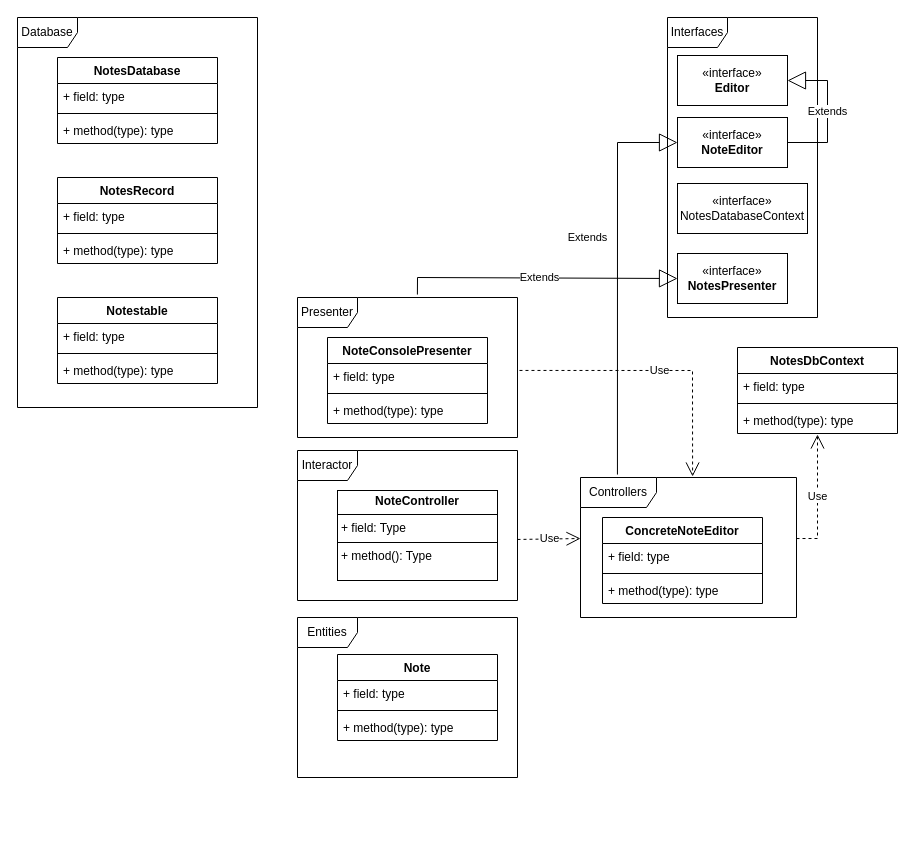
The draw.io diagram DDD.drawio in Muzkraft/ArchitectureHW, before the edit. Source tidied: cells renumbered, new cells numbered last; positions are measured from the earlier drawing's top-left corner, leaving out a move shared by most shapes. Both pictures are drawn from the tidied source at 100%, with x=0, y=0 at pixel (17, 17).
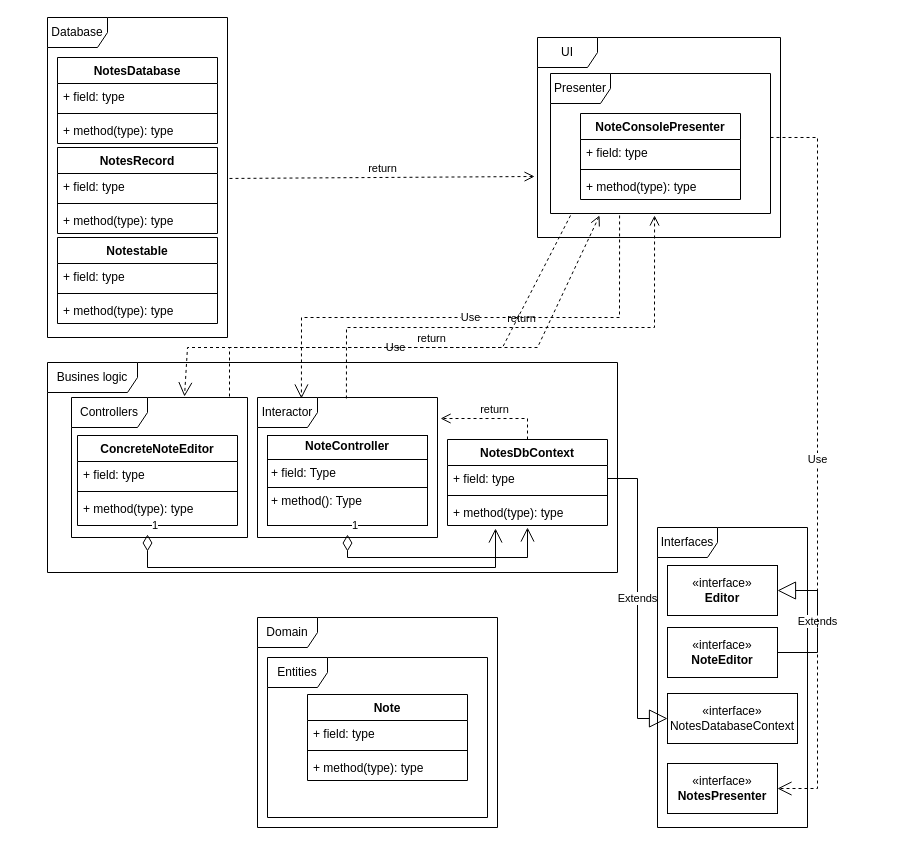
The same page after the edit.

Unchanged cells that the change refers to:
```xml
<mxCell id="41" value="+ field: type" style="text;strokeColor=none;fillColor=none;align=left;verticalAlign=top;spacingLeft=4;spacingRight=4;overflow=hidden;points=[[0,0.5],[1,0.5]];portConstraint=eastwest;whiteSpace=wrap;html=1;" parent="40" vertex="1">
  <mxGeometry y="26" width="160" height="26" as="geometry" />
</mxCell>
<mxCell id="43" value="+ method(type): type" style="text;strokeColor=none;fillColor=none;align=left;verticalAlign=top;spacingLeft=4;spacingRight=4;overflow=hidden;points=[[0,0.5],[1,0.5]];portConstraint=eastwest;whiteSpace=wrap;html=1;" parent="40" vertex="1">
  <mxGeometry y="60" width="160" height="26" as="geometry" />
</mxCell>
```

What changed in the source:
```diff
@@
     <mxCell id="6" value="NotesRecord" style="swimlane;fontStyle=1;align=center;verticalAlign=top;horizontal=1;startSize=26;whiteSpace=wrap;html=1;" parent="1" vertex="1">
-      <mxGeometry x="40" y="160" width="160" height="86" as="geometry" />
+      <mxGeometry x="40" y="130" width="160" height="86" as="geometry" />
     </mxCell>
@@
     <mxCell id="10" value="Notestable" style="swimlane;fontStyle=1;align=center;verticalAlign=top;horizontal=1;startSize=26;whiteSpace=wrap;html=1;" parent="1" vertex="1">
-      <mxGeometry x="40" y="280" width="160" height="86" as="geometry" />
+      <mxGeometry x="40" y="220" width="160" height="86" as="geometry" />
     </mxCell>
@@
     <mxCell id="14" value="Database" style="shape=umlFrame;whiteSpace=wrap;html=1;" parent="1" vertex="1">
-      <mxGeometry width="240" height="390" as="geometry" />
+      <mxGeometry x="30" width="180" height="320" as="geometry" />
     </mxCell>
     <mxCell id="15" value="Entities" style="shape=umlFrame;whiteSpace=wrap;html=1;" parent="1" vertex="1">
-      <mxGeometry x="280" y="600" width="220" height="160" as="geometry" />
+      <mxGeometry x="250" y="640" width="220" height="160" as="geometry" />
     </mxCell>
     <mxCell id="16" value="Note" style="swimlane;fontStyle=1;align=center;verticalAlign=top;horizontal=1;startSize=26;whiteSpace=wrap;html=1;" parent="1" vertex="1">
-      <mxGeometry x="320" y="637" width="160" height="86" as="geometry" />
+      <mxGeometry x="290" y="677" width="160" height="86" as="geometry" />
     </mxCell>
@@
     <mxCell id="20" value="Interfaces" style="shape=umlFrame;whiteSpace=wrap;html=1;" parent="1" vertex="1">
-      <mxGeometry x="650" width="150" height="300" as="geometry" />
+      <mxGeometry x="640" y="510" width="150" height="300" as="geometry" />
     </mxCell>
     <mxCell id="21" value="«interface»&lt;br&gt;&lt;b&gt;Editor&lt;/b&gt;" style="html=1;whiteSpace=wrap;" parent="1" vertex="1">
-      <mxGeometry x="660" y="38" width="110" height="50" as="geometry" />
+      <mxGeometry x="650" y="548" width="110" height="50" as="geometry" />
     </mxCell>
     <mxCell id="22" value="«interface»&lt;br&gt;&lt;b&gt;NoteEditor&lt;/b&gt;" style="html=1;whiteSpace=wrap;" parent="1" vertex="1">
-      <mxGeometry x="660" y="100" width="110" height="50" as="geometry" />
+      <mxGeometry x="650" y="610" width="110" height="50" as="geometry" />
     </mxCell>
     <mxCell id="23" value="«interface»&lt;br&gt;&lt;div&gt;NotesDatabaseContext&lt;/div&gt;" style="html=1;whiteSpace=wrap;" parent="1" vertex="1">
-      <mxGeometry x="660" y="166" width="130" height="50" as="geometry" />
+      <mxGeometry x="650" y="676" width="130" height="50" as="geometry" />
     </mxCell>
     <mxCell id="24" value="«interface»&lt;br&gt;&lt;b&gt;NotesPresenter&lt;/b&gt;" style="html=1;whiteSpace=wrap;" parent="1" vertex="1">
-      <mxGeometry x="660" y="236" width="110" height="50" as="geometry" />
+      <mxGeometry x="650" y="746" width="110" height="50" as="geometry" />
     </mxCell>
     <mxCell id="25" value="Controllers" style="shape=umlFrame;whiteSpace=wrap;html=1;width=76;height=30;" parent="1" vertex="1">
-      <mxGeometry x="563" y="460" width="216" height="140" as="geometry" />
+      <mxGeometry x="54" y="380" width="176" height="140" as="geometry" />
     </mxCell>
     <mxCell id="26" value="&lt;p style=&quot;margin:0px;margin-top:4px;text-align:center;&quot;&gt;&lt;b&gt;NoteController&lt;/b&gt;&lt;/p&gt;&lt;hr size=&quot;1&quot; style=&quot;border-style:solid;&quot;&gt;&lt;p style=&quot;margin:0px;margin-left:4px;&quot;&gt;+ field: Type&lt;/p&gt;&lt;hr size=&quot;1&quot; style=&quot;border-style:solid;&quot;&gt;&lt;p style=&quot;margin:0px;margin-left:4px;&quot;&gt;+ method(): Type&lt;/p&gt;" style="verticalAlign=top;align=left;overflow=fill;html=1;whiteSpace=wrap;" parent="1" vertex="1">
-      <mxGeometry x="320" y="473" width="160" height="90" as="geometry" />
+      <mxGeometry x="250" y="418" width="160" height="90" as="geometry" />
     </mxCell>
     <mxCell id="27" value="Presenter" style="shape=umlFrame;whiteSpace=wrap;html=1;" parent="1" vertex="1">
-      <mxGeometry x="280" y="280" width="220" height="140" as="geometry" />
+      <mxGeometry x="533" y="56" width="220" height="140" as="geometry" />
     </mxCell>
     <mxCell id="28" value="NoteConsolePresenter" style="swimlane;fontStyle=1;align=center;verticalAlign=top;horizontal=1;startSize=26;whiteSpace=wrap;html=1;" parent="1" vertex="1">
-      <mxGeometry x="310" y="320" width="160" height="86" as="geometry" />
+      <mxGeometry x="563" y="96" width="160" height="86" as="geometry" />
     </mxCell>
@@
     <mxCell id="32" value="ConcreteNoteEditor" style="swimlane;fontStyle=1;align=center;verticalAlign=top;horizontal=1;startSize=26;whiteSpace=wrap;html=1;" parent="1" vertex="1">
-      <mxGeometry x="585" y="500" width="160" height="86" as="geometry" />
+      <mxGeometry x="60" y="418" width="160" height="90" as="geometry" />
     </mxCell>
@@
     <mxCell id="35" value="+ method(type): type" style="text;strokeColor=none;fillColor=none;align=left;verticalAlign=top;spacingLeft=4;spacingRight=4;overflow=hidden;whiteSpace=wrap;html=1;" parent="32" vertex="1">
-      <mxGeometry y="60" width="160" height="26" as="geometry" />
+      <mxGeometry y="60" width="160" height="30" as="geometry" />
     </mxCell>
     <mxCell id="36" value="Interactor" style="shape=umlFrame;whiteSpace=wrap;html=1;" parent="1" vertex="1">
-      <mxGeometry x="280" y="433" width="220" height="150" as="geometry" />
+      <mxGeometry x="240" y="380" width="180" height="140" as="geometry" />
     </mxCell>
-    <mxCell id="37" value="Extends" style="endArrow=block;endSize=16;endFill=0;html=1;rounded=0;entryX=0;entryY=0.5;entryDx=0;entryDy=0;exitX=0.545;exitY=-0.021;exitDx=0;exitDy=0;exitPerimeter=0;" parent="1" edge="1" source="27" target="24">
-      <mxGeometry relative="1" as="geometry">
-        <Array as="points">
-          <mxPoint x="400" y="260" />
-        </Array>
-      </mxGeometry>
-    </mxCell>
-    <mxCell id="38" value="Extends" style="endArrow=block;endSize=16;endFill=0;html=1;rounded=0;exitX=0.171;exitY=-0.021;exitDx=0;exitDy=0;exitPerimeter=0;entryX=0;entryY=0.5;entryDx=0;entryDy=0;" parent="1" edge="1" source="25" target="22">
-      <mxGeometry x="0.21" y="30" relative="1" as="geometry">
-        <Array as="points">
-          <mxPoint x="600" y="125" />
-        </Array>
-      </mxGeometry>
-    </mxCell>
     <mxCell id="39" value="Extends" style="endArrow=block;endSize=16;endFill=0;html=1;rounded=0;exitX=1;exitY=0.5;exitDx=0;exitDy=0;entryX=1;entryY=0.5;entryDx=0;entryDy=0;" parent="1" edge="1" source="22" target="21">
       <mxGeometry relative="1" as="geometry">
         <Array as="points">
-          <mxPoint x="810" y="125" />
-          <mxPoint x="810" y="63" />
+          <mxPoint x="800" y="635" />
+          <mxPoint x="800" y="573" />
         </Array>
       </mxGeometry>
     </mxCell>
     <mxCell id="40" value="NotesDbContext" style="swimlane;fontStyle=1;align=center;verticalAlign=top;horizontal=1;startSize=26;whiteSpace=wrap;html=1;" parent="1" vertex="1">
-      <mxGeometry x="720" y="330" width="160" height="86" as="geometry" />
+      <mxGeometry x="430" y="422" width="160" height="86" as="geometry" />
     </mxCell>
@@
-    <mxCell id="44" value="Use" style="endArrow=open;endSize=12;dashed=1;html=1;rounded=0;entryX=0;entryY=0.436;entryDx=0;entryDy=0;entryPerimeter=0;exitX=1;exitY=0.593;exitDx=0;exitDy=0;exitPerimeter=0;" parent="1" edge="1" source="36" target="25">
-      <mxGeometry relative="1" as="geometry" />
-    </mxCell>
-    <mxCell id="45" value="Use" style="endArrow=open;endSize=12;dashed=1;html=1;rounded=0;entryX=0.5;entryY=1.038;entryDx=0;entryDy=0;entryPerimeter=0;exitX=1;exitY=0.436;exitDx=0;exitDy=0;exitPerimeter=0;" parent="1" edge="1" source="25" target="43">
-      <mxGeometry relative="1" as="geometry">
-        <Array as="points">
-          <mxPoint x="800" y="521" />
-        </Array>
-      </mxGeometry>
-    </mxCell>
-    <mxCell id="46" value="Use" style="endArrow=open;endSize=12;dashed=1;html=1;rounded=0;exitX=1.009;exitY=0.521;exitDx=0;exitDy=0;exitPerimeter=0;entryX=0.519;entryY=-0.007;entryDx=0;entryDy=0;entryPerimeter=0;" parent="1" edge="1" source="27" target="25">
-      <mxGeometry relative="1" as="geometry">
-        <Array as="points">
-          <mxPoint x="675" y="353" />
-        </Array>
-      </mxGeometry>
-    </mxCell>
+    <mxCell id="47" value="Domain" style="shape=umlFrame;whiteSpace=wrap;html=1;" parent="1" vertex="1">
+      <mxGeometry x="240" y="600" width="240" height="210" as="geometry" />
+    </mxCell>
+    <mxCell id="48" value="Busines logic" style="shape=umlFrame;whiteSpace=wrap;html=1;width=90;height=30;" parent="1" vertex="1">
+      <mxGeometry x="30" y="345" width="570" height="210" as="geometry" />
+    </mxCell>
+    <mxCell id="49" value="UI" style="shape=umlFrame;whiteSpace=wrap;html=1;" parent="1" vertex="1">
+      <mxGeometry x="520" y="20" width="243" height="200" as="geometry" />
+    </mxCell>
+    <mxCell id="37" value="Use" style="endArrow=open;endSize=12;dashed=1;html=1;rounded=0;exitX=1;exitY=0.457;exitDx=0;exitDy=0;exitPerimeter=0;entryX=1;entryY=0.5;entryDx=0;entryDy=0;" parent="1" edge="1" source="27" target="24">
+      <mxGeometry relative="1" as="geometry">
+        <Array as="points">
+          <mxPoint x="800" y="120" />
+          <mxPoint x="800" y="771" />
+        </Array>
+      </mxGeometry>
+    </mxCell>
+    <mxCell id="50" value="return" style="html=1;verticalAlign=bottom;endArrow=open;dashed=1;endSize=8;curved=0;rounded=0;entryX=0.473;entryY=1.014;entryDx=0;entryDy=0;entryPerimeter=0;exitX=0.494;exitY=0.007;exitDx=0;exitDy=0;exitPerimeter=0;" parent="1" edge="1" source="36" target="27">
+      <mxGeometry relative="1" as="geometry">
+        <Array as="points">
+          <mxPoint x="329" y="310" />
+          <mxPoint x="637" y="310" />
+        </Array>
+      </mxGeometry>
+    </mxCell>
+    <mxCell id="51" value="return" style="html=1;verticalAlign=bottom;endArrow=open;dashed=1;endSize=8;curved=0;rounded=0;entryX=1.017;entryY=0.15;entryDx=0;entryDy=0;entryPerimeter=0;exitX=0.5;exitY=0;exitDx=0;exitDy=0;" parent="1" edge="1" source="40" target="36">
+      <mxGeometry relative="1" as="geometry">
+        <Array as="points">
+          <mxPoint x="510" y="401" />
+        </Array>
+      </mxGeometry>
+    </mxCell>
+    <mxCell id="52" value="Use" style="endArrow=open;endSize=12;dashed=1;html=1;rounded=0;exitX=0.314;exitY=1.014;exitDx=0;exitDy=0;exitPerimeter=0;entryX=0.244;entryY=0.007;entryDx=0;entryDy=0;entryPerimeter=0;" parent="1" edge="1" source="27" target="36">
+      <mxGeometry relative="1" as="geometry">
+        <Array as="points">
+          <mxPoint x="602" y="300" />
+          <mxPoint x="284" y="300" />
+        </Array>
+      </mxGeometry>
+    </mxCell>
+    <mxCell id="53" value="Use" style="endArrow=open;endSize=12;dashed=1;html=1;rounded=0;exitX=0.091;exitY=1.014;exitDx=0;exitDy=0;exitPerimeter=0;entryX=0.244;entryY=0.007;entryDx=0;entryDy=0;entryPerimeter=0;" parent="1" edge="1" source="27">
+      <mxGeometry relative="1" as="geometry">
+        <mxPoint x="167" y="379" as="targetPoint" />
+        <Array as="points">
+          <mxPoint x="485" y="330" />
+          <mxPoint x="170" y="330" />
+        </Array>
+      </mxGeometry>
+    </mxCell>
+    <mxCell id="54" value="return" style="html=1;verticalAlign=bottom;endArrow=open;dashed=1;endSize=8;curved=0;rounded=0;entryX=0.223;entryY=1.014;entryDx=0;entryDy=0;entryPerimeter=0;exitX=0.494;exitY=0.007;exitDx=0;exitDy=0;exitPerimeter=0;" parent="1" edge="1" target="27">
+      <mxGeometry relative="1" as="geometry">
+        <mxPoint x="212" y="379" as="sourcePoint" />
+        <Array as="points">
+          <mxPoint x="212" y="330" />
+          <mxPoint x="520" y="330" />
+        </Array>
+      </mxGeometry>
+    </mxCell>
+    <mxCell id="55" value="1" style="endArrow=open;html=1;endSize=12;startArrow=diamondThin;startSize=14;startFill=0;edgeStyle=orthogonalEdgeStyle;align=left;verticalAlign=bottom;rounded=0;exitX=0.5;exitY=0.979;exitDx=0;exitDy=0;exitPerimeter=0;entryX=0.5;entryY=1.077;entryDx=0;entryDy=0;entryPerimeter=0;" parent="1" edge="1" source="36" target="43">
+      <mxGeometry x="-1" y="3" relative="1" as="geometry">
+        <Array as="points">
+          <mxPoint x="330" y="540" />
+          <mxPoint x="510" y="540" />
+        </Array>
+      </mxGeometry>
+    </mxCell>
+    <mxCell id="56" value="Extends" style="endArrow=block;endSize=16;endFill=0;html=1;rounded=0;exitX=1;exitY=0.5;exitDx=0;exitDy=0;entryX=0;entryY=0.5;entryDx=0;entryDy=0;" parent="1" edge="1" source="41" target="23">
+      <mxGeometry relative="1" as="geometry">
+        <Array as="points">
+          <mxPoint x="620" y="461" />
+          <mxPoint x="620" y="701" />
+        </Array>
+      </mxGeometry>
+    </mxCell>
+    <mxCell id="57" value="1" style="endArrow=open;html=1;endSize=12;startArrow=diamondThin;startSize=14;startFill=0;edgeStyle=orthogonalEdgeStyle;align=left;verticalAlign=bottom;rounded=0;exitX=0.5;exitY=0.979;exitDx=0;exitDy=0;exitPerimeter=0;entryX=0.3;entryY=1.115;entryDx=0;entryDy=0;entryPerimeter=0;" parent="1" edge="1" target="43">
+      <mxGeometry x="-1" y="3" relative="1" as="geometry">
+        <mxPoint x="130" y="517" as="sourcePoint" />
+        <Array as="points">
+          <mxPoint x="130" y="550" />
+          <mxPoint x="478" y="550" />
+        </Array>
+      </mxGeometry>
+    </mxCell>
+    <mxCell id="58" value="return" style="html=1;verticalAlign=bottom;endArrow=open;dashed=1;endSize=8;curved=0;rounded=0;exitX=1.011;exitY=0.503;exitDx=0;exitDy=0;exitPerimeter=0;entryX=-0.012;entryY=0.695;entryDx=0;entryDy=0;entryPerimeter=0;" parent="1" edge="1" source="14" target="49">
+      <mxGeometry relative="1" as="geometry" />
+    </mxCell>
```
